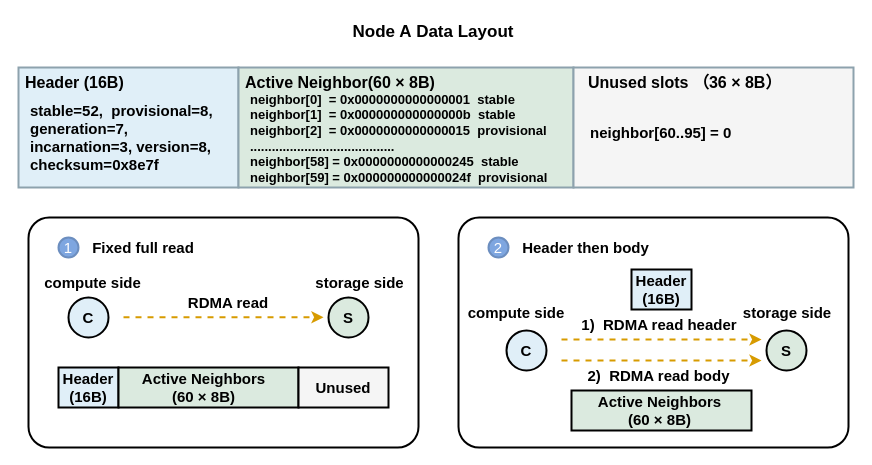
The draw.io diagram conventional-rdma.drawio in diandianjunA/diandianjunA, before the edit. Source tidied: cells renumbered, new cells numbered last; positions are measured from the earlier drawing's top-left corner, leaving out a move shared by most shapes. Both pictures are drawn from the tidied source at 100%, with x=0, y=0 at pixel (18, 17).
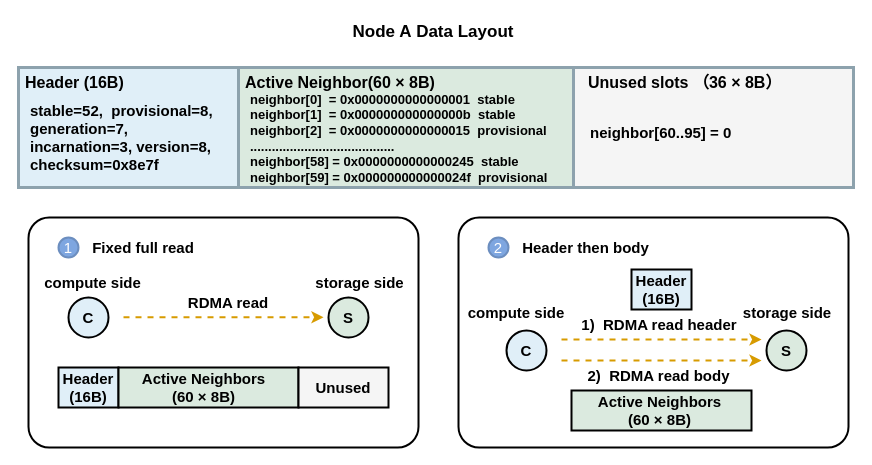
The same page after the edit.

The edit, as a diff of the source:
```diff
@@
-    <mxCell id="17" style="rounded=0;whiteSpace=wrap;html=1;fillColor=#E0EFF8;strokeColor=#8DA2AD;strokeWidth=2;" parent="1" vertex="1">
+    <mxCell id="17" style="rounded=0;whiteSpace=wrap;html=1;fillColor=#E0EFF8;strokeColor=#8DA2AD;strokeWidth=3;" parent="1" vertex="1">
       <mxGeometry y="50" width="220" height="120" as="geometry" />
     </mxCell>
-    <mxCell id="18" style="rounded=0;whiteSpace=wrap;html=1;fillColor=#DBEADF;strokeColor=#8DA2AD;strokeWidth=2;" parent="1" vertex="1">
+    <mxCell id="18" style="rounded=0;whiteSpace=wrap;html=1;fillColor=#DBEADF;strokeColor=#8DA2AD;strokeWidth=3;" parent="1" vertex="1">
       <mxGeometry x="220" y="50" width="335" height="120" as="geometry" />
     </mxCell>
-    <mxCell id="19" value="&lt;div&gt;&lt;span style=&quot;white-space: pre; background-color: transparent; color: light-dark(#000000, var(--ge-light-color, #ffffff));&quot;&gt;neighbor[0]  = 0x0000000000000001  stable&lt;/span&gt;&lt;/div&gt;&lt;div&gt;&lt;span class=&quot;text-only&quot; style=&quot;white-space: pre;&quot;&gt;neighbor[1]  = 0x000000000000000b  stable&lt;/span&gt;&lt;/div&gt;&lt;div&gt;&lt;span class=&quot;text-only&quot; style=&quot;white-space: pre;&quot;&gt;neighbor[2]  = 0x0000000000000015  &lt;/span&gt;&lt;span style=&quot;background-color: transparent; color: light-dark(#000000, var(--ge-light-color, #ffffff));&quot;&gt;provisional&lt;/span&gt;&lt;/div&gt;&lt;div&gt;&lt;span class=&quot;text-only&quot; style=&quot;white-space: pre;&quot;&gt;........................................ &lt;/span&gt;&lt;/div&gt;&lt;div&gt;&lt;span class=&quot;text-only&quot; style=&quot;white-space: pre;&quot;&gt;&lt;span style=&quot;background-color: transparent; color: light-dark(#000000, var(--ge-light-color, #ffffff));&quot;&gt;neighbor[58] = 0x0000000000000245&lt;/span&gt;  stable&lt;/span&gt;&lt;/div&gt;&lt;div&gt;&lt;span class=&quot;text-only&quot; style=&quot;white-space: pre;&quot;&gt;&lt;span style=&quot;background-color: transparent; color: light-dark(#000000, var(--ge-light-color, #ffffff));&quot;&gt;neighbor[59] = 0x000000000000024f&lt;/span&gt;  &lt;/span&gt;&lt;span style=&quot;background-color: transparent; color: light-dark(#000000, var(--ge-light-color, #ffffff));&quot;&gt;provisional&lt;/span&gt;&lt;/div&gt;" style="text;html=1;whiteSpace=wrap;strokeColor=none;fillColor=none;align=left;verticalAlign=middle;rounded=0;fontSize=13;fontStyle=1;strokeWidth=2;" parent="1" vertex="1">
+    <mxCell id="19" value="&lt;div&gt;&lt;span style=&quot;white-space: pre; background-color: transparent; color: light-dark(#000000, var(--ge-light-color, #ffffff));&quot;&gt;neighbor[0]  = 0x0000000000000001  stable&lt;/span&gt;&lt;/div&gt;&lt;div&gt;&lt;span class=&quot;text-only&quot; style=&quot;white-space: pre;&quot;&gt;neighbor[1]  = 0x000000000000000b  stable&lt;/span&gt;&lt;/div&gt;&lt;div&gt;&lt;span class=&quot;text-only&quot; style=&quot;white-space: pre;&quot;&gt;neighbor[2]  = 0x0000000000000015  &lt;/span&gt;&lt;span style=&quot;background-color: transparent; color: light-dark(#000000, var(--ge-light-color, #ffffff));&quot;&gt;provisional&lt;/span&gt;&lt;/div&gt;&lt;div&gt;&lt;span class=&quot;text-only&quot; style=&quot;white-space: pre;&quot;&gt;........................................ &lt;/span&gt;&lt;/div&gt;&lt;div&gt;&lt;span class=&quot;text-only&quot; style=&quot;white-space: pre;&quot;&gt;&lt;span style=&quot;background-color: transparent; color: light-dark(#000000, var(--ge-light-color, #ffffff));&quot;&gt;neighbor[58] = 0x0000000000000245&lt;/span&gt;  stable&lt;/span&gt;&lt;/div&gt;&lt;div&gt;&lt;span class=&quot;text-only&quot; style=&quot;white-space: pre;&quot;&gt;&lt;span style=&quot;background-color: transparent; color: light-dark(#000000, var(--ge-light-color, #ffffff));&quot;&gt;neighbor[59] = 0x000000000000024f&lt;/span&gt;  &lt;/span&gt;&lt;span style=&quot;background-color: transparent; color: light-dark(#000000, var(--ge-light-color, #ffffff));&quot;&gt;provisional&lt;/span&gt;&lt;/div&gt;" style="text;html=1;whiteSpace=wrap;strokeColor=none;fillColor=none;align=left;verticalAlign=middle;rounded=0;fontSize=13;fontStyle=1;strokeWidth=3;" parent="1" vertex="1">
       <mxGeometry x="230" y="83" width="280" height="75" as="geometry" />
     </mxCell>
-    <mxCell id="20" style="rounded=0;whiteSpace=wrap;html=1;fillColor=#f5f5f5;fontColor=#333333;strokeColor=#8DA2AD;strokeWidth=2;" parent="1" vertex="1">
+    <mxCell id="20" style="rounded=0;whiteSpace=wrap;html=1;fillColor=#f5f5f5;fontColor=#333333;strokeColor=#8DA2AD;strokeWidth=3;" parent="1" vertex="1">
       <mxGeometry x="555" y="50" width="280" height="120" as="geometry" />
     </mxCell>
-    <mxCell id="21" value="&lt;div&gt;&lt;span class=&quot;text-only&quot; style=&quot;white-space: pre;&quot;&gt;neighbor[60..95] = 0&lt;/span&gt;&lt;/div&gt;" style="text;html=1;whiteSpace=wrap;strokeColor=none;fillColor=none;align=left;verticalAlign=middle;rounded=0;fontSize=15;fontStyle=1;strokeWidth=2;" parent="1" vertex="1">
+    <mxCell id="21" value="&lt;div&gt;&lt;span class=&quot;text-only&quot; style=&quot;white-space: pre;&quot;&gt;neighbor[60..95] = 0&lt;/span&gt;&lt;/div&gt;" style="text;html=1;whiteSpace=wrap;strokeColor=none;fillColor=none;align=left;verticalAlign=middle;rounded=0;fontSize=15;fontStyle=1;strokeWidth=3;" parent="1" vertex="1">
       <mxGeometry x="570" y="100" width="210" height="30" as="geometry" />
     </mxCell>
@@
-    <mxCell id="38" value="&lt;b&gt;&lt;font style=&quot;font-size: 16px;&quot;&gt;Header (&lt;/font&gt;&lt;/b&gt;&lt;b&gt;&lt;font style=&quot;font-size: 16px;&quot;&gt;16B&lt;/font&gt;&lt;/b&gt;&lt;b&gt;&lt;font style=&quot;font-size: 16px;&quot;&gt;)&lt;/font&gt;&lt;/b&gt;" style="text;html=1;whiteSpace=wrap;strokeColor=none;fillColor=none;align=left;verticalAlign=middle;rounded=0;fontSize=15;strokeWidth=2;" parent="1" vertex="1">
+    <mxCell id="38" value="&lt;b&gt;&lt;font style=&quot;font-size: 16px;&quot;&gt;Header (&lt;/font&gt;&lt;/b&gt;&lt;b&gt;&lt;font style=&quot;font-size: 16px;&quot;&gt;16B&lt;/font&gt;&lt;/b&gt;&lt;b&gt;&lt;font style=&quot;font-size: 16px;&quot;&gt;)&lt;/font&gt;&lt;/b&gt;" style="text;html=1;whiteSpace=wrap;strokeColor=none;fillColor=none;align=left;verticalAlign=middle;rounded=0;fontSize=15;strokeWidth=3;" parent="1" vertex="1">
       <mxGeometry x="5" y="55" width="125" height="20" as="geometry" />
     </mxCell>
-    <mxCell id="39" value="&lt;span style=&quot;color: rgb(0, 0, 0); font-family: Helvetica; font-size: 15px; font-style: normal; font-variant-ligatures: normal; font-variant-caps: normal; letter-spacing: normal; orphans: 2; text-align: left; text-indent: 0px; text-transform: none; widows: 2; word-spacing: 0px; -webkit-text-stroke-width: 0px; white-space: normal; text-decoration-thickness: initial; text-decoration-style: initial; text-decoration-color: initial; float: none; display: inline !important;&quot;&gt;stable=52,&amp;nbsp; provisional=8, generation=7,&amp;nbsp; incarnation=3, version=8,&amp;nbsp; checksum=&lt;/span&gt;&lt;span style=&quot;white-space: pre; background-color: transparent; color: light-dark(#000000, var(--ge-light-color, #ffffff));&quot;&gt;0x8e7f &lt;/span&gt;" style="text;whiteSpace=wrap;html=1;fontSize=15;fontStyle=1;strokeWidth=2;strokeColor=none;" parent="1" vertex="1">
+    <mxCell id="39" value="&lt;span style=&quot;color: rgb(0, 0, 0); font-family: Helvetica; font-size: 15px; font-style: normal; font-variant-ligatures: normal; font-variant-caps: normal; letter-spacing: normal; orphans: 2; text-align: left; text-indent: 0px; text-transform: none; widows: 2; word-spacing: 0px; -webkit-text-stroke-width: 0px; white-space: normal; text-decoration-thickness: initial; text-decoration-style: initial; text-decoration-color: initial; float: none; display: inline !important;&quot;&gt;stable=52,&amp;nbsp; provisional=8, generation=7,&amp;nbsp; incarnation=3, version=8,&amp;nbsp; checksum=&lt;/span&gt;&lt;span style=&quot;white-space: pre; background-color: transparent; color: light-dark(#000000, var(--ge-light-color, #ffffff));&quot;&gt;0x8e7f &lt;/span&gt;" style="text;whiteSpace=wrap;html=1;fontSize=15;fontStyle=1;strokeWidth=3;strokeColor=none;" parent="1" vertex="1">
       <mxGeometry x="10" y="77.5" width="195" height="75" as="geometry" />
     </mxCell>
-    <mxCell id="40" value="&lt;span style=&quot;font-size: 16px;&quot;&gt;&lt;b&gt;Unused slots （36 × 8B）&lt;/b&gt;&lt;/span&gt;" style="text;html=1;whiteSpace=wrap;strokeColor=none;fillColor=none;align=left;verticalAlign=middle;rounded=0;fontSize=15;strokeWidth=2;" parent="1" vertex="1">
+    <mxCell id="40" value="&lt;span style=&quot;font-size: 16px;&quot;&gt;&lt;b&gt;Unused slots （36 × 8B）&lt;/b&gt;&lt;/span&gt;" style="text;html=1;whiteSpace=wrap;strokeColor=none;fillColor=none;align=left;verticalAlign=middle;rounded=0;fontSize=15;strokeWidth=3;" parent="1" vertex="1">
       <mxGeometry x="568" y="55" width="195" height="20" as="geometry" />
     </mxCell>
-    <mxCell id="41" value="&lt;b&gt;&lt;font style=&quot;font-size: 16px;&quot;&gt;Active Neighbor(&lt;/font&gt;&lt;/b&gt;&lt;b&gt;&lt;font style=&quot;font-size: 16px;&quot;&gt;60 × 8B&lt;/font&gt;&lt;/b&gt;&lt;b&gt;&lt;font style=&quot;font-size: 16px;&quot;&gt;)&lt;/font&gt;&lt;/b&gt;" style="text;html=1;whiteSpace=wrap;strokeColor=none;fillColor=none;align=left;verticalAlign=middle;rounded=0;fontSize=15;strokeWidth=2;" parent="1" vertex="1">
+    <mxCell id="41" value="&lt;b&gt;&lt;font style=&quot;font-size: 16px;&quot;&gt;Active Neighbor(&lt;/font&gt;&lt;/b&gt;&lt;b&gt;&lt;font style=&quot;font-size: 16px;&quot;&gt;60 × 8B&lt;/font&gt;&lt;/b&gt;&lt;b&gt;&lt;font style=&quot;font-size: 16px;&quot;&gt;)&lt;/font&gt;&lt;/b&gt;" style="text;html=1;whiteSpace=wrap;strokeColor=none;fillColor=none;align=left;verticalAlign=middle;rounded=0;fontSize=15;strokeWidth=3;" parent="1" vertex="1">
       <mxGeometry x="225" y="55" width="210" height="20" as="geometry" />
     </mxCell>
```
